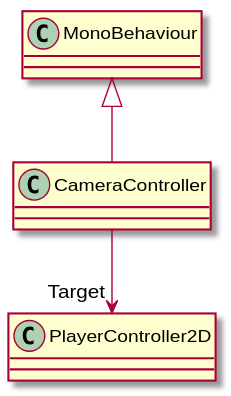
Before: UML/Camera/CameraController.svg, a diagram exported from PlantUML (David-Denny/COMP3013-Team7).
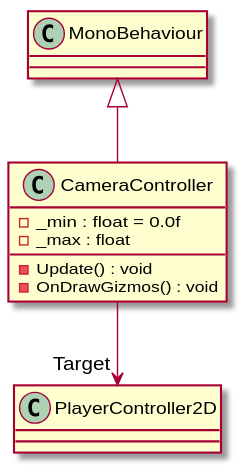
After the change.

Change to the diagram source:
```diff
@@ -1,5 +1,9 @@
 @startuml
 class CameraController {
+    - _min : float = 0.0f
+    - _max : float
+    - Update() : void
+    - OnDrawGizmos() : void
 }
 MonoBehaviour <|-- CameraController
 CameraController --> "Target" PlayerController2D
```
